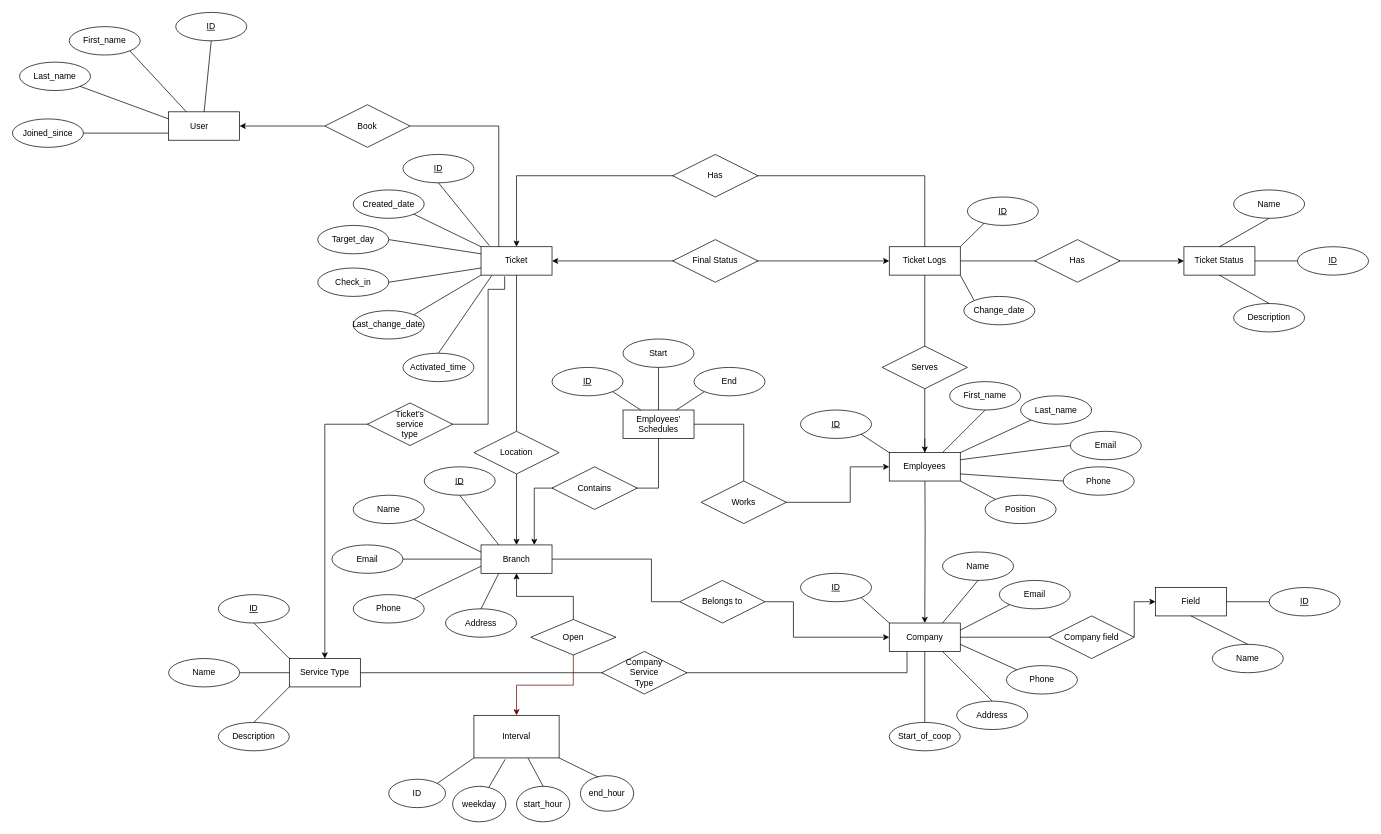
The draw.io diagram newesy vers.drawio in MovsisyanM/DB-Queues, before the edit. Source tidied: cells renumbered, new cells numbered last; positions are measured from the earlier drawing's top-left corner, leaving out a move shared by most shapes. Both pictures are drawn from the tidied source at 71%, with x=0, y=0 at pixel (12, 12).
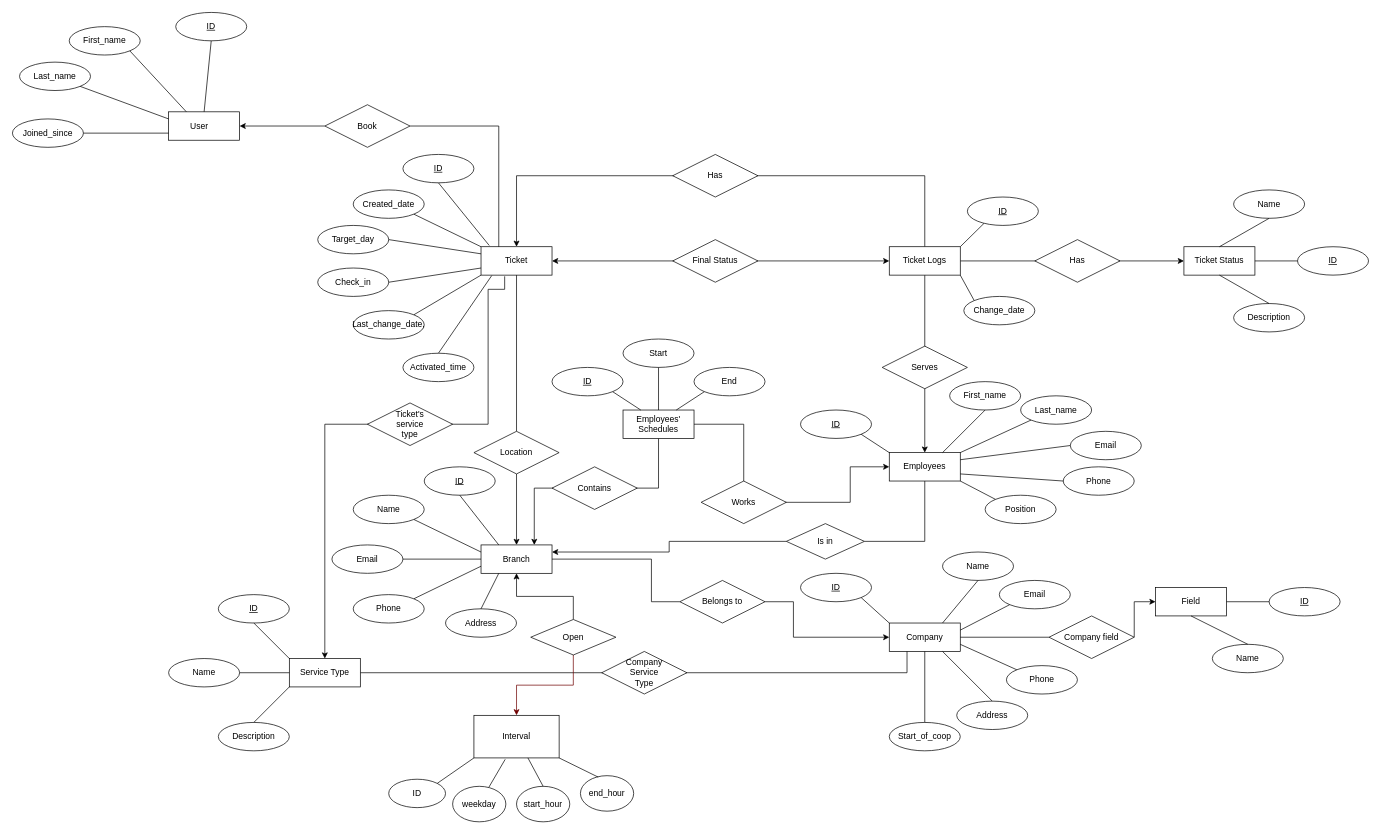
The same diagram, later.

Commit message:
Added Employee is in branch relationship

Unchanged cells that the change refers to:
```xml
<mxCell id="19" value="Employees" style="whiteSpace=wrap;html=1;align=center;" parent="1" vertex="1">
  <mxGeometry x="1235" y="620" width="100" height="40" as="geometry" />
</mxCell>
<mxCell id="20" value="Company" style="whiteSpace=wrap;html=1;align=center;" parent="1" vertex="1">
  <mxGeometry x="1235" y="860" width="100" height="40" as="geometry" />
</mxCell>
<mxCell id="24" value="Branch" style="whiteSpace=wrap;html=1;align=center;" parent="1" vertex="1">
  <mxGeometry x="660" y="750" width="100" height="40" as="geometry" />
</mxCell>
```

What changed in the source:
```diff
@@
-    <mxCell id="7" style="edgeStyle=orthogonalEdgeStyle;rounded=0;jettySize=auto;html=1;startArrow=none;startFill=0;endArrow=classic;endFill=1;entryX=0.5;entryY=0;entryDx=0;entryDy=0;" parent="1" edge="1" target="20">
-      <mxGeometry relative="1" as="geometry">
-        <mxPoint x="1285" y="600" as="sourcePoint" />
-      </mxGeometry>
-    </mxCell>
@@
+    <mxCell id="134" style="edgeStyle=orthogonalEdgeStyle;rounded=0;jettySize=auto;html=1;exitX=0.5;exitY=1;exitDx=0;exitDy=0;entryX=1;entryY=0.5;entryDx=0;entryDy=0;startArrow=none;startFill=0;endArrow=none;endFill=0;strokeColor=default;" parent="1" edge="1" source="19" target="136">
+      <mxGeometry relative="1" as="geometry" />
+    </mxCell>
@@
+    <mxCell id="135" style="edgeStyle=orthogonalEdgeStyle;rounded=0;jettySize=auto;html=1;exitX=0;exitY=0.5;exitDx=0;exitDy=0;entryX=1;entryY=0.25;entryDx=0;entryDy=0;startArrow=none;startFill=0;endArrow=classic;endFill=1;strokeColor=default;" parent="1" edge="1" source="136" target="24">
+      <mxGeometry relative="1" as="geometry" />
+    </mxCell>
+    <mxCell id="136" value="&lt;div&gt;Is in&lt;/div&gt;" style="rhombus;whiteSpace=wrap;html=1;" parent="1" vertex="1">
+      <mxGeometry x="1090" y="720" width="110" height="50" as="geometry" />
+    </mxCell>
```
